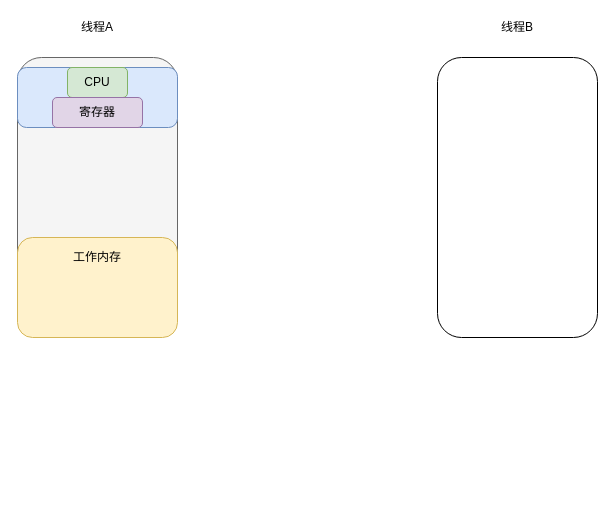
Before: 多线程与高并发/Untitled Diagram.drawio in LePeitiPrince/note-picture, a draw.io diagram. Source tidied: cells renumbered, new cells numbered last; positions are measured from the earlier drawing's top-left corner, leaving out a move shared by most shapes. Both pictures are drawn from the tidied source at 100%, with x=0, y=0 at pixel (17, 17).
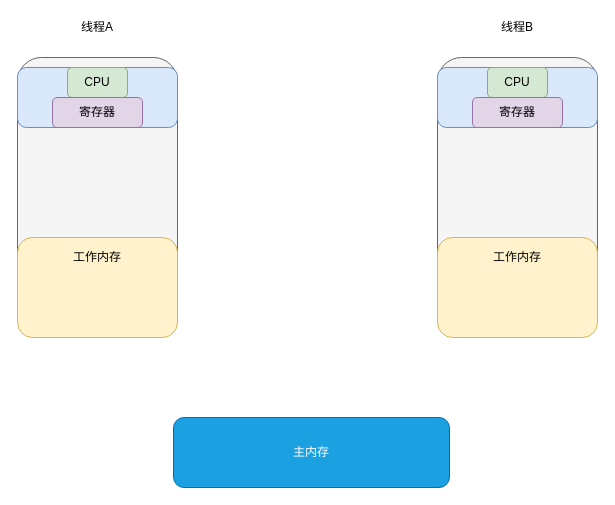
The same diagram, later.

Diff of the diagram source:
```diff
@@
 <mxGraphModel>
   <root>
     <mxCell id="0" />
     <mxCell id="1" parent="0" />
     <mxCell id="2" style="rounded=1;whiteSpace=wrap;html=1;fillColor=#f5f5f5;strokeColor=#666666;fontColor=#333333;" parent="1" vertex="1">
       <mxGeometry y="40" width="160" height="280" as="geometry" />
     </mxCell>
-    <mxCell id="3" style="rounded=1;whiteSpace=wrap;html=1;" parent="1" vertex="1">
+    <mxCell id="3" style="rounded=1;whiteSpace=wrap;html=1;fillColor=#f5f5f5;fontColor=#333333;strokeColor=#666666;" parent="1" vertex="1">
       <mxGeometry x="420" y="40" width="160" height="280" as="geometry" />
     </mxCell>
     <mxCell id="4" value="线程A" style="text;html=1;strokeColor=none;fillColor=none;align=center;verticalAlign=middle;whiteSpace=wrap;rounded=0;" parent="1" vertex="1">
       <mxGeometry x="60" width="40" height="20" as="geometry" />
     </mxCell>
     <mxCell id="5" value="线程B" style="text;html=1;strokeColor=none;fillColor=none;align=center;verticalAlign=middle;whiteSpace=wrap;rounded=0;" parent="1" vertex="1">
       <mxGeometry x="480" width="40" height="20" as="geometry" />
     </mxCell>
     <mxCell id="6" style="rounded=1;whiteSpace=wrap;html=1;fillColor=#dae8fc;strokeColor=#6c8ebf;" parent="1" vertex="1">
       <mxGeometry y="50" width="160" height="60" as="geometry" />
     </mxCell>
     <mxCell id="7" value="CPU" style="rounded=1;whiteSpace=wrap;html=1;fillColor=#d5e8d4;strokeColor=#82b366;" parent="1" vertex="1">
       <mxGeometry x="50" y="50" width="60" height="30" as="geometry" />
     </mxCell>
     <mxCell id="8" value="寄存器" style="rounded=1;whiteSpace=wrap;html=1;fillColor=#e1d5e7;strokeColor=#9673a6;" parent="1" vertex="1">
       <mxGeometry x="35" y="80" width="90" height="30" as="geometry" />
     </mxCell>
     <mxCell id="9" style="rounded=1;whiteSpace=wrap;html=1;fillColor=#fff2cc;strokeColor=#d6b656;" parent="1" vertex="1">
       <mxGeometry y="220" width="160" height="100" as="geometry" />
     </mxCell>
     <mxCell id="10" value="工作内存" style="text;html=1;strokeColor=none;fillColor=none;align=center;verticalAlign=middle;whiteSpace=wrap;rounded=0;" parent="1" vertex="1">
       <mxGeometry x="50" y="230" width="60" height="20" as="geometry" />
     </mxCell>
+    <mxCell id="11" style="rounded=1;whiteSpace=wrap;html=1;fillColor=#dae8fc;strokeColor=#6c8ebf;" parent="1" vertex="1">
+      <mxGeometry x="420" y="50" width="160" height="60" as="geometry" />
+    </mxCell>
+    <mxCell id="12" value="CPU" style="rounded=1;whiteSpace=wrap;html=1;fillColor=#d5e8d4;strokeColor=#82b366;" parent="1" vertex="1">
+      <mxGeometry x="470" y="50" width="60" height="30" as="geometry" />
+    </mxCell>
+    <mxCell id="13" value="寄存器" style="rounded=1;whiteSpace=wrap;html=1;fillColor=#e1d5e7;strokeColor=#9673a6;" parent="1" vertex="1">
+      <mxGeometry x="455" y="80" width="90" height="30" as="geometry" />
+    </mxCell>
+    <mxCell id="14" style="rounded=1;whiteSpace=wrap;html=1;fillColor=#fff2cc;strokeColor=#d6b656;" parent="1" vertex="1">
+      <mxGeometry x="420" y="220" width="160" height="100" as="geometry" />
+    </mxCell>
+    <mxCell id="15" value="工作内存" style="text;html=1;strokeColor=none;fillColor=none;align=center;verticalAlign=middle;whiteSpace=wrap;rounded=0;" parent="1" vertex="1">
+      <mxGeometry x="470" y="230" width="60" height="20" as="geometry" />
+    </mxCell>
+    <mxCell id="16" value="主内存" style="rounded=1;whiteSpace=wrap;html=1;fillColor=#1ba1e2;fontColor=#ffffff;strokeColor=#006EAF;" parent="1" vertex="1">
+      <mxGeometry x="156" y="400" width="276" height="70" as="geometry" />
+    </mxCell>
   </root>
 </mxGraphModel>
```
